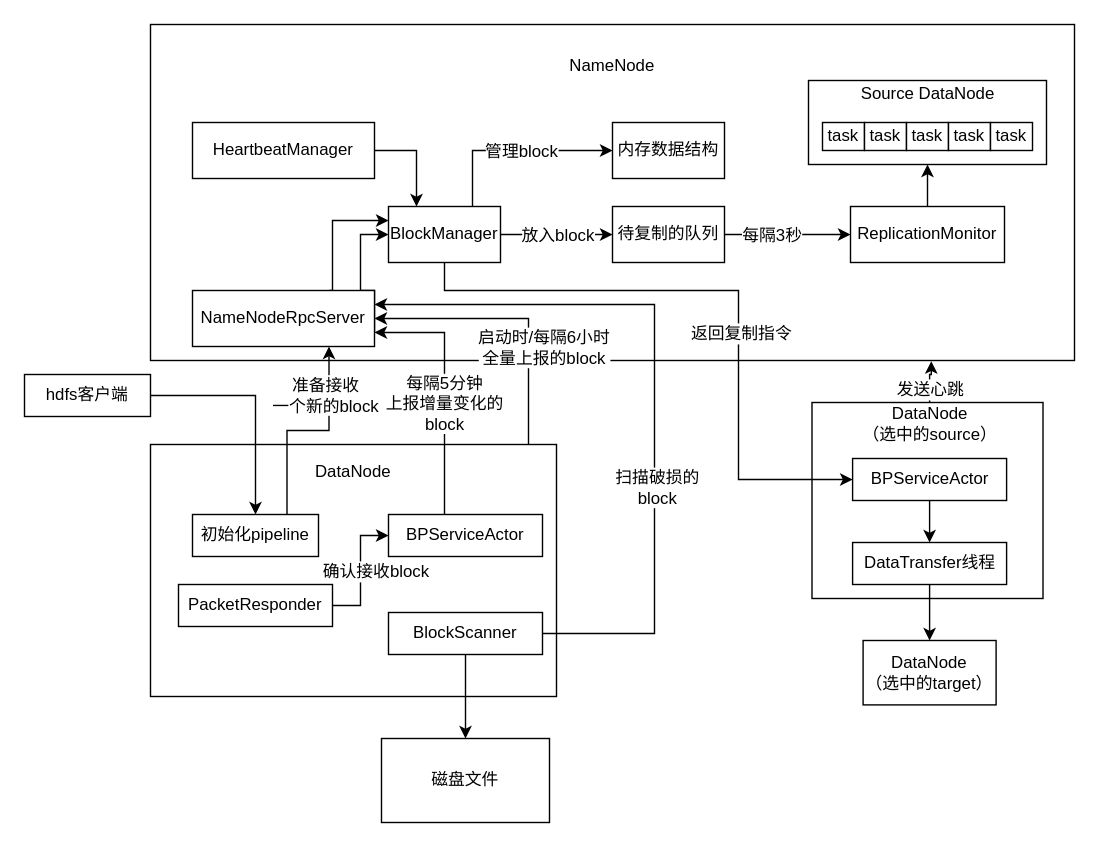
Before: hdfs/08_数据容错机制.drawio in chenshuai1995/a-imgs, a draw.io diagram. Source tidied: cells renumbered, new cells numbered last; positions are measured from the earlier drawing's top-left corner, leaving out a move shared by most shapes. Both pictures are drawn from the tidied source at 140%, with x=0, y=0 at pixel (24, 24).
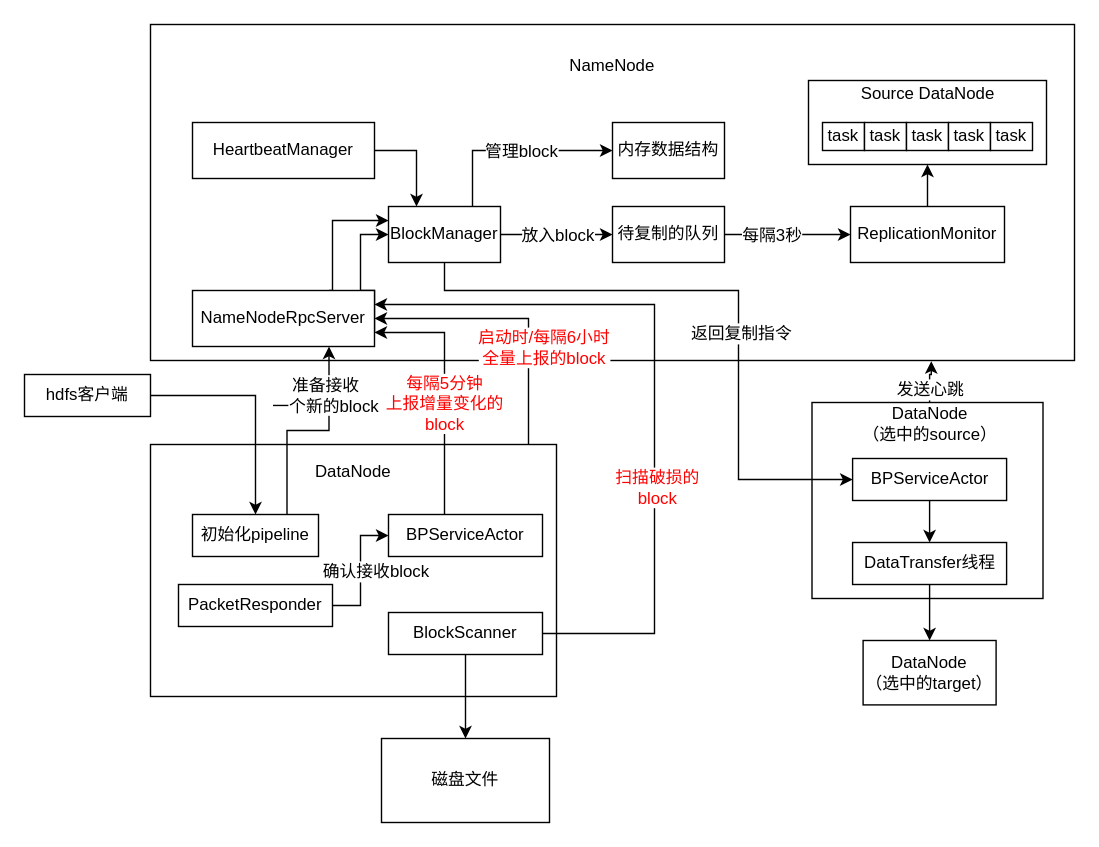
After the change.

Commit message (it also covers changes not shown here):
更新08_数据容错机制.drawio

The change refers to these unchanged cells:
```xml
<mxCell id="27" style="edgeStyle=orthogonalEdgeStyle;rounded=0;jettySize=auto;html=1;entryX=1;entryY=0.5;entryDx=0;entryDy=0;" parent="1" edge="1" source="29" target="26">
  <mxGeometry relative="1" as="geometry">
    <Array as="points">
      <mxPoint x="360" y="210" />
    </Array>
  </mxGeometry>
</mxCell>
<mxCell id="39" style="edgeStyle=orthogonalEdgeStyle;rounded=0;jettySize=auto;html=1;entryX=1;entryY=0.75;entryDx=0;entryDy=0;" parent="1" edge="1" source="41" target="26">
  <mxGeometry relative="1" as="geometry">
    <Array as="points">
      <mxPoint x="300" y="220" />
    </Array>
  </mxGeometry>
</mxCell>
<mxCell id="42" style="edgeStyle=orthogonalEdgeStyle;rounded=0;jettySize=auto;html=1;entryX=1;entryY=0.25;entryDx=0;entryDy=0;" parent="1" edge="1" source="45" target="26">
  <mxGeometry relative="1" as="geometry">
    <Array as="points">
      <mxPoint x="450" y="435" />
      <mxPoint x="450" y="200" />
    </Array>
  </mxGeometry>
</mxCell>
```

What changed in the source:
```diff
@@
-    <mxCell id="28" value="启动时/每隔6小时&lt;br&gt;全量上报的block" style="text;html=1;align=center;verticalAlign=middle;labelBackgroundColor=#ffffff;" parent="27" vertex="1">
+    <mxCell id="28" value="启动时/每隔6小时&lt;br&gt;全量上报的block" style="text;html=1;align=center;verticalAlign=middle;labelBackgroundColor=#ffffff;fontColor=#FF0000;" parent="27" vertex="1">
       <mxGeometry x="-0.68" y="1" relative="1" as="geometry">
         <mxPoint x="11" y="-38" as="offset" />
       </mxGeometry>
     </mxCell>
@@
-    <mxCell id="40" value="每隔5分钟&lt;br&gt;上报增量变化的&lt;br&gt;block" style="text;html=1;align=center;verticalAlign=middle;labelBackgroundColor=#ffffff;" parent="39" vertex="1">
+    <mxCell id="40" value="每隔5分钟&lt;br&gt;上报增量变化的&lt;br&gt;block" style="text;html=1;align=center;verticalAlign=middle;labelBackgroundColor=#ffffff;fontColor=#FF0000;" parent="39" vertex="1">
       <mxGeometry x="-0.11" y="1" relative="1" as="geometry" />
     </mxCell>
@@
-    <mxCell id="43" value="扫描破损的&lt;br&gt;block" style="text;html=1;align=center;verticalAlign=middle;labelBackgroundColor=#ffffff;" parent="42" vertex="1">
+    <mxCell id="43" value="扫描破损的&lt;br&gt;block" style="text;html=1;align=center;verticalAlign=middle;labelBackgroundColor=#ffffff;fontColor=#FF0000;" parent="42" vertex="1">
       <mxGeometry x="-0.28" y="-1" relative="1" as="geometry" />
     </mxCell>
```
